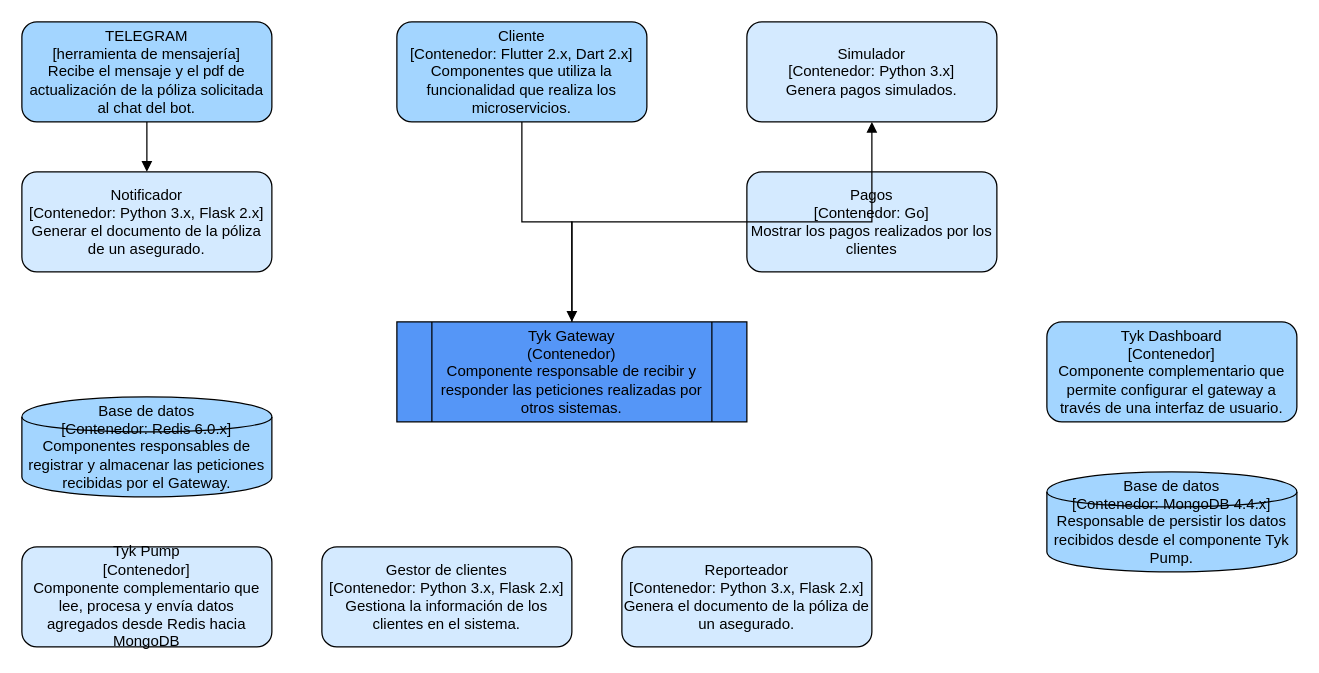
The draw.io diagram docs/03microservicios.drawio in AngelJanvier01/docker-microservicios, before the edit. Source tidied: cells renumbered, new cells numbered last; positions are measured from the earlier drawing's top-left corner, leaving out a move shared by most shapes. Both pictures are drawn from the tidied source at 125%, with x=0, y=0 at pixel (21, 21).
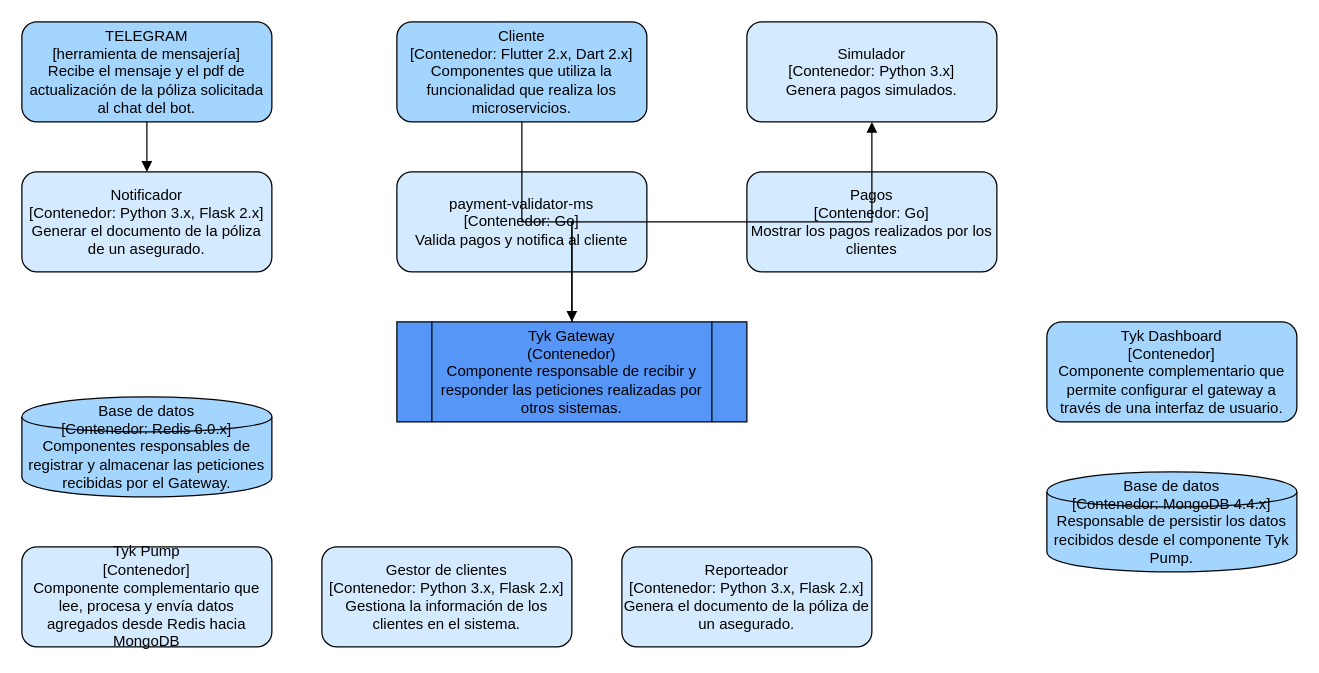
After the change.

Commit message (it also covers changes not shown here):
Add payment validator microservice and update diagrams

Change to the diagram source:
```diff
@@
 <mxGraphModel>
   <root>
     <mxCell id="0" />
     <mxCell id="1" parent="0" />
     <mxCell id="2" value="Tyk Gateway&#10;(Contenedor)&#10;Componente responsable de recibir y responder las peticiones realizadas por otros sistemas." style="shape=process;whiteSpace=wrap;html=1;fillColor=#5596f7;fontSize=12;" parent="1" vertex="1">
       <mxGeometry x="300" y="240" width="280" height="80" as="geometry" />
     </mxCell>
     <mxCell id="3" value="Cliente&#10;[Contenedor: Flutter 2.x, Dart 2.x]&#10;Componentes que utiliza la funcionalidad que realiza los microservicios." style="shape=rectangle;whiteSpace=wrap;html=1;rounded=1;fillColor=#a3d5ff;fontSize=12;" parent="1" vertex="1">
       <mxGeometry x="300" width="200" height="80" as="geometry" />
     </mxCell>
     <mxCell id="4" value="TELEGRAM&#10;[herramienta de mensajería]&#10;Recibe el mensaje y el pdf de actualización de la póliza solicitada al chat del bot." style="shape=rectangle;whiteSpace=wrap;html=1;rounded=1;fillColor=#a3d5ff;fontSize=12;" parent="1" vertex="1">
       <mxGeometry width="200" height="80" as="geometry" />
     </mxCell>
     <mxCell id="5" value="Simulador&#10;[Contenedor: Python 3.x]&#10;Genera pagos simulados." style="shape=rectangle;whiteSpace=wrap;html=1;rounded=1;fillColor=#d4eaff;fontSize=12;" parent="1" vertex="1">
       <mxGeometry x="580" width="200" height="80" as="geometry" />
     </mxCell>
     <mxCell id="6" value="Notificador&#10;[Contenedor: Python 3.x, Flask 2.x]&#10;Generar el documento de la póliza de un asegurado." style="shape=rectangle;whiteSpace=wrap;html=1;rounded=1;fillColor=#d4eaff;fontSize=12;" parent="1" vertex="1">
       <mxGeometry y="120" width="200" height="80" as="geometry" />
     </mxCell>
     <mxCell id="7" value="Pagos&#10;[Contenedor: Go]&#10;Mostrar los pagos realizados por los clientes" style="shape=rectangle;whiteSpace=wrap;html=1;rounded=1;fillColor=#d4eaff;fontSize=12;" parent="1" vertex="1">
       <mxGeometry x="580" y="120" width="200" height="80" as="geometry" />
     </mxCell>
+    <mxCell id="17" value="payment-validator-ms&#10;[Contenedor: Go]&#10;Valida pagos y notifica al cliente" style="shape=rectangle;whiteSpace=wrap;html=1;rounded=1;fillColor=#d4eaff;fontSize=12;" parent="1" vertex="1">
+      <mxGeometry x="300" y="120" width="200" height="80" as="geometry" />
+    </mxCell>
     <mxCell id="8" value="Base de datos&#10;[Contenedor: Redis 6.0.x]&#10;Componentes responsables de registrar y almacenar las peticiones recibidas por el Gateway." style="shape=cylinder;whiteSpace=wrap;html=1;fillColor=#a3d5ff;fontSize=12;" parent="1" vertex="1">
       <mxGeometry y="300" width="200" height="80" as="geometry" />
     </mxCell>
     <mxCell id="9" value="Tyk Pump&#10;[Contenedor]&#10;Componente complementario que lee, procesa y envía datos agregados desde Redis hacia MongoDB" style="shape=rectangle;whiteSpace=wrap;html=1;rounded=1;fillColor=#d4eaff;fontSize=12;" parent="1" vertex="1">
       <mxGeometry y="420" width="200" height="80" as="geometry" />
     </mxCell>
     <mxCell id="10" value="Gestor de clientes&#10;[Contenedor: Python 3.x, Flask 2.x]&#10;Gestiona la información de los clientes en el sistema." style="shape=rectangle;whiteSpace=wrap;html=1;rounded=1;fillColor=#d4eaff;fontSize=12;" parent="1" vertex="1">
       <mxGeometry x="240" y="420" width="200" height="80" as="geometry" />
     </mxCell>
     <mxCell id="11" value="Reporteador&#10;[Contenedor: Python 3.x, Flask 2.x]&#10;Genera el documento de la póliza de un asegurado." style="shape=rectangle;whiteSpace=wrap;html=1;rounded=1;fillColor=#d4eaff;fontSize=12;" parent="1" vertex="1">
       <mxGeometry x="480" y="420" width="200" height="80" as="geometry" />
     </mxCell>
     <mxCell id="12" value="Tyk Dashboard&#10;[Contenedor]&#10;Componente complementario que permite configurar el gateway a través de una interfaz de usuario." style="shape=rectangle;whiteSpace=wrap;html=1;rounded=1;fillColor=#a3d5ff;fontSize=12;" parent="1" vertex="1">
       <mxGeometry x="820" y="240" width="200" height="80" as="geometry" />
     </mxCell>
     <mxCell id="13" value="Base de datos&#10;[Contenedor: MongoDB 4.4.x]&#10;Responsable de persistir los datos recibidos desde el componente Tyk Pump." style="shape=cylinder;whiteSpace=wrap;html=1;fillColor=#a3d5ff;fontSize=12;" parent="1" vertex="1">
       <mxGeometry x="820" y="360" width="200" height="80" as="geometry" />
     </mxCell>
     <mxCell id="14" style="edgeStyle=orthogonalEdgeStyle;rounded=0;html=1;endArrow=block;" parent="1" edge="1" source="3" target="2">
       <mxGeometry relative="1" as="geometry" />
     </mxCell>
     <mxCell id="15" style="edgeStyle=orthogonalEdgeStyle;rounded=0;html=1;endArrow=block;" parent="1" edge="1" source="4" target="6">
       <mxGeometry relative="1" as="geometry" />
     </mxCell>
     <mxCell id="16" style="edgeStyle=orthogonalEdgeStyle;rounded=0;html=1;endArrow=block;" parent="1" edge="1" source="2" target="5">
       <mxGeometry relative="1" as="geometry" />
     </mxCell>
   </root>
 </mxGraphModel>
```
